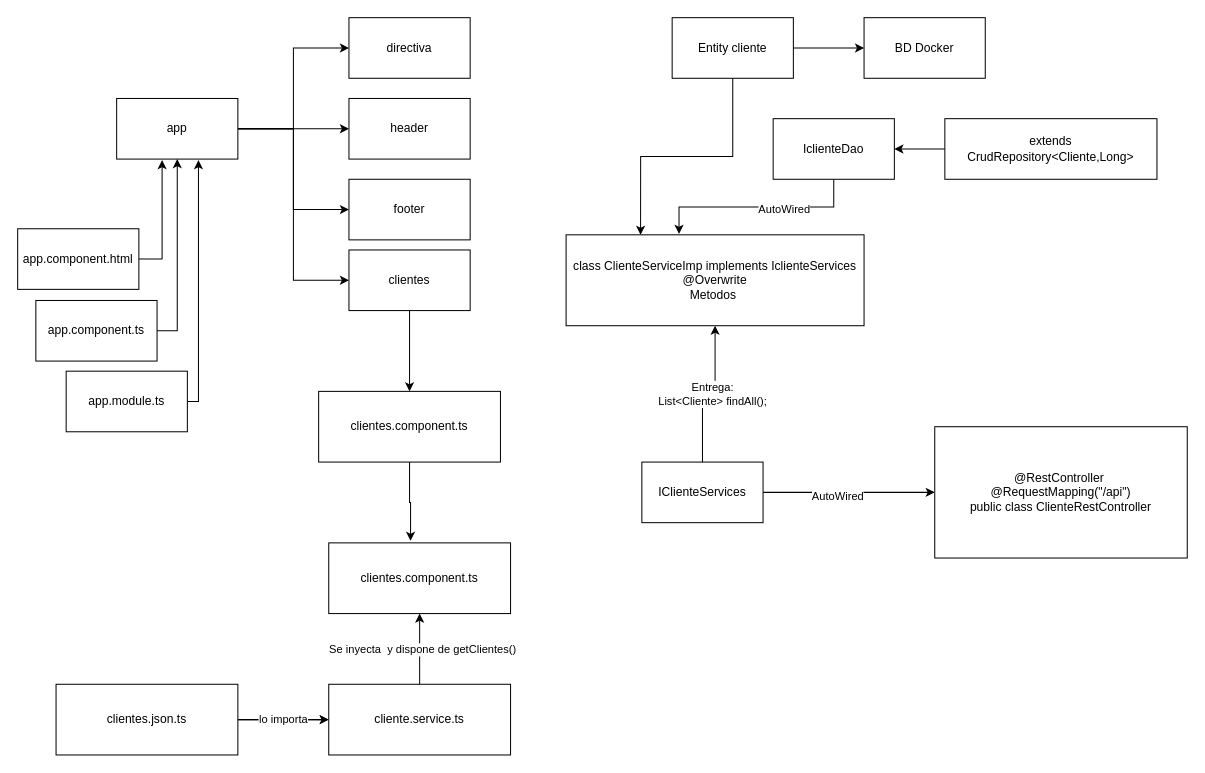
Above: DiagramaProyecto.drawio in IgriegaL/Clientes-App-AngularSpring (draw.io), before the change. Source tidied: cells renumbered, new cells numbered last; positions are measured from the earlier drawing's top-left corner, leaving out a move shared by most shapes. Both pictures are drawn from the tidied source at 101%, with x=0, y=0 at pixel (17, 17).
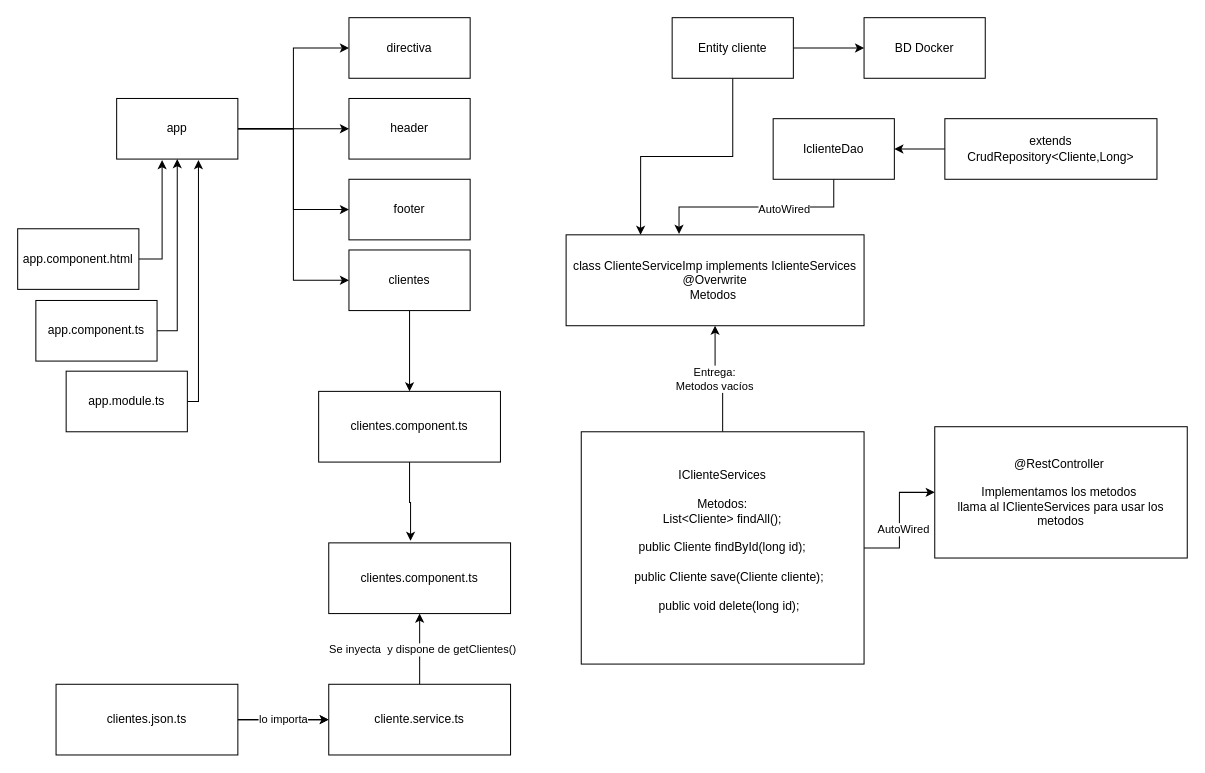
After the change.

Unchanged cells that the change refers to:
```xml
<mxCell id="38" style="edgeStyle=orthogonalEdgeStyle;rounded=0;jettySize=auto;html=1;" parent="1" edge="1" source="40" target="41">
  <mxGeometry relative="1" as="geometry" />
</mxCell>
```

What changed in the source:
```diff
@@
-    <mxCell id="39" value="Entrega:&lt;br&gt;List&amp;lt;Cliente&amp;gt; findAll();" style="edgeLabel;html=1;align=center;verticalAlign=middle;" parent="38" vertex="1">
+    <mxCell id="39" value="Entrega:&lt;br&gt;Metodos vacíos" style="edgeLabel;html=1;align=center;verticalAlign=middle;" parent="38" vertex="1">
       <mxGeometry x="0.06" relative="1" as="geometry">
         <mxPoint x="-1" as="offset" />
       </mxGeometry>
     </mxCell>
-    <mxCell id="40" value="IClienteServices" style="rounded=0;whiteSpace=wrap;html=1;" parent="1" vertex="1">
-      <mxGeometry x="618" y="440" width="120" height="60" as="geometry" />
+    <mxCell id="40" value="IClienteServices&lt;br&gt;&lt;br&gt;Metodos:&lt;br&gt;List&amp;lt;Cliente&amp;gt; findAll();&lt;br&gt;&lt;br&gt;&lt;div&gt;public Cliente findById(long id);&lt;/div&gt;&lt;div&gt;&lt;br&gt;&lt;/div&gt;&lt;div&gt;&amp;nbsp; &amp;nbsp; public Cliente save(Cliente cliente);&lt;/div&gt;&lt;div&gt;&lt;br&gt;&lt;/div&gt;&lt;div&gt;&amp;nbsp; &amp;nbsp; public void delete(long id);&lt;/div&gt;&lt;div&gt;&lt;br&gt;&lt;/div&gt;" style="rounded=0;whiteSpace=wrap;html=1;" parent="1" vertex="1">
+      <mxGeometry x="558" y="410" width="280" height="230" as="geometry" />
     </mxCell>
@@
-    <mxCell id="42" value="&lt;div&gt;@RestController&amp;nbsp;&lt;/div&gt;&lt;div&gt;@RequestMapping(&quot;/api&quot;)&lt;/div&gt;&lt;div&gt;public class ClienteRestController&lt;/div&gt;" style="rounded=0;whiteSpace=wrap;html=1;" parent="1" vertex="1">
+    <mxCell id="42" value="&lt;div&gt;@RestController&amp;nbsp;&lt;/div&gt;&lt;div&gt;&lt;br&gt;&lt;/div&gt;&lt;div&gt;Implementamos los metodos&amp;nbsp;&lt;/div&gt;&lt;div&gt;llama al IClienteServices para usar los metodos&lt;/div&gt;" style="rounded=0;whiteSpace=wrap;html=1;" parent="1" vertex="1">
       <mxGeometry x="908" y="405" width="250" height="130" as="geometry" />
     </mxCell>
```
